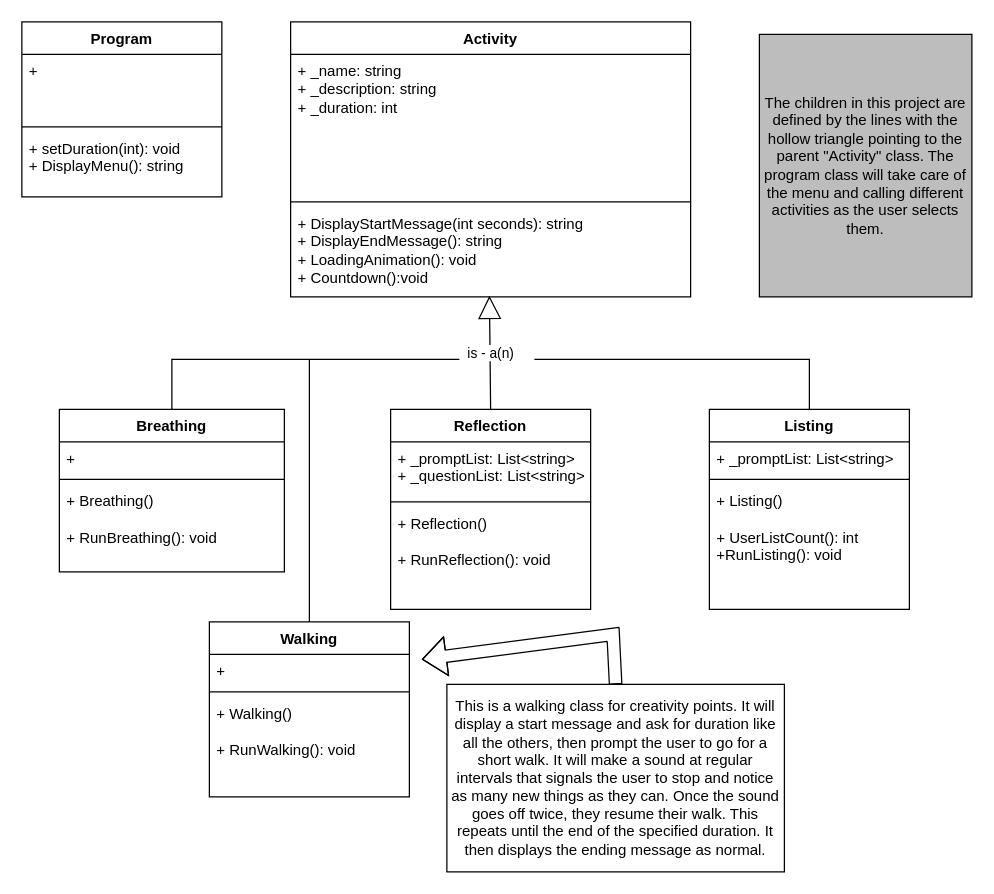
Before: Mindfulness.drawio in KayleeWild/cse210, a draw.io diagram. Source tidied: cells renumbered, new cells numbered last; positions are measured from the earlier drawing's top-left corner, leaving out a move shared by most shapes. Both pictures are drawn from the tidied source at 125%, with x=0, y=0 at pixel (21, 21).
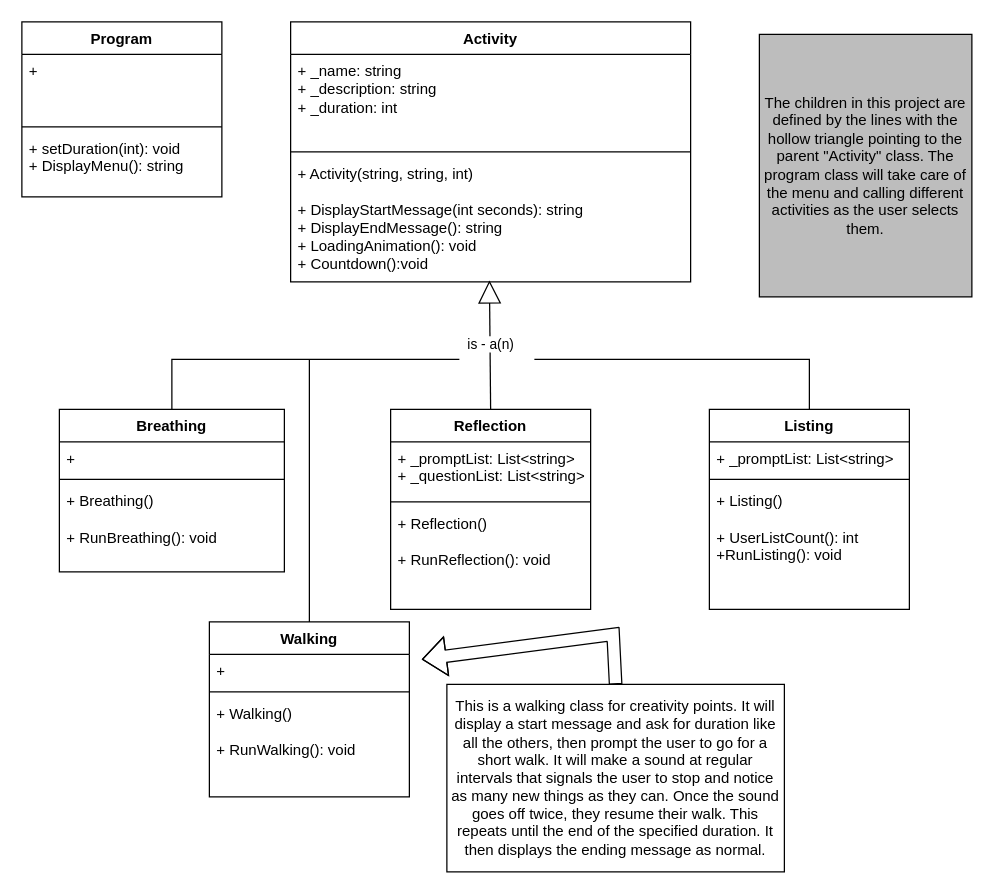
The same diagram, later.

Commit message (it also covers changes not shown here):
some updates for mindfulness proj

Change to the diagram source:
```diff
@@
     <mxCell id="2" value="Activity" style="swimlane;fontStyle=1;align=center;verticalAlign=top;horizontal=1;startSize=26;whiteSpace=wrap;html=1;" parent="1" vertex="1">
-      <mxGeometry x="215" width="320" height="220" as="geometry" />
+      <mxGeometry x="215" width="320" height="208" as="geometry" />
     </mxCell>
     <mxCell id="3" value="+ _name: string&lt;div&gt;+ _description: string&lt;/div&gt;&lt;div&gt;+ _duration: int&lt;br&gt;&lt;div&gt;&lt;br&gt;&lt;/div&gt;&lt;/div&gt;" style="text;strokeColor=none;fillColor=none;align=left;verticalAlign=top;spacingLeft=4;spacingRight=4;overflow=hidden;whiteSpace=wrap;html=1;" parent="2" vertex="1">
-      <mxGeometry y="26" width="320" height="114" as="geometry" />
+      <mxGeometry y="26" width="320" height="74" as="geometry" />
     </mxCell>
     <mxCell id="4" style="line;strokeWidth=1;fillColor=none;align=left;verticalAlign=middle;spacingTop=-1;spacingLeft=3;spacingRight=3;labelPosition=right;strokeColor=inherit;" parent="2" vertex="1">
-      <mxGeometry y="140" width="320" height="8" as="geometry" />
+      <mxGeometry y="100" width="320" height="8" as="geometry" />
     </mxCell>
-    <mxCell id="5" value="&lt;div&gt;+ DisplayStartMessage(int seconds): string&lt;/div&gt;&lt;div&gt;+ DisplayEndMessage(): string&lt;br&gt;&lt;/div&gt;&lt;div&gt;+ LoadingAnimation(): void&lt;/div&gt;&lt;div&gt;&lt;div&gt;+ Countdown():void&lt;/div&gt;&lt;/div&gt;&lt;div&gt;&lt;br&gt;&lt;/div&gt;" style="text;strokeColor=none;fillColor=none;align=left;verticalAlign=top;spacingLeft=4;spacingRight=4;overflow=hidden;points=[[0,0.5],[1,0.5]];portConstraint=eastwest;whiteSpace=wrap;html=1;" parent="2" vertex="1">
-      <mxGeometry y="148" width="320" height="72" as="geometry" />
+    <mxCell id="5" value="&lt;div&gt;+ Activity(string, string, int)&lt;/div&gt;&lt;div&gt;&lt;br&gt;&lt;/div&gt;&lt;div&gt;+ DisplayStartMessage(int seconds): string&lt;/div&gt;&lt;div&gt;+ DisplayEndMessage(): string&lt;br&gt;&lt;/div&gt;&lt;div&gt;+ LoadingAnimation(): void&lt;/div&gt;&lt;div&gt;&lt;div&gt;+ Countdown():void&lt;/div&gt;&lt;/div&gt;&lt;div&gt;&lt;br&gt;&lt;/div&gt;" style="text;strokeColor=none;fillColor=none;align=left;verticalAlign=top;spacingLeft=4;spacingRight=4;overflow=hidden;points=[[0,0.5],[1,0.5]];portConstraint=eastwest;whiteSpace=wrap;html=1;" parent="2" vertex="1">
+      <mxGeometry y="108" width="320" height="100" as="geometry" />
     </mxCell>
```
